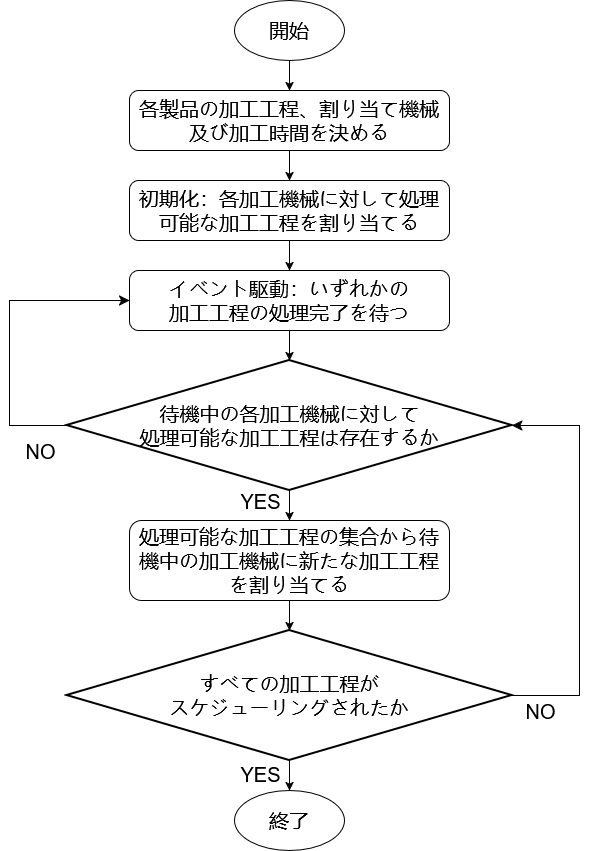
This is master/figures/jssp_flow_chat.png from zakohao/open-hello-world, a draw.io export, as it was before one commit. Source tidied: cells renumbered, new cells last; positions are measured from the earlier drawing's top-left corner, leaving out a move shared by most shapes.
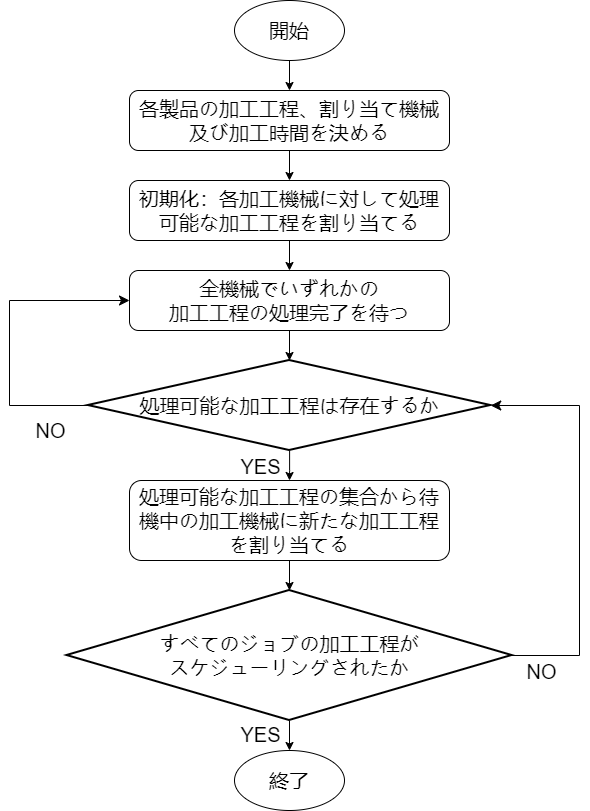
Later version of the same file.

What changed in the source:
```diff
@@ -25,7 +25,7 @@
         <mxPoint x="280" y="360" as="targetPoint" />
       </mxGeometry>
     </mxCell>
-    <mxCell id="9" value="&lt;div&gt;&lt;font style=&quot;font-size: 20px;&quot;&gt;イベント駆動：いずれかの&lt;/font&gt;&lt;/div&gt;&lt;div&gt;&lt;font style=&quot;font-size: 20px;&quot;&gt;加工工程の処理完了を待つ&lt;/font&gt;&lt;/div&gt;" style="rounded=1;whiteSpace=wrap;html=1;" parent="1" vertex="1">
+    <mxCell id="9" value="&lt;div&gt;&lt;font style=&quot;font-size: 20px;&quot;&gt;全機械でいずれかの&lt;/font&gt;&lt;/div&gt;&lt;div&gt;&lt;font style=&quot;font-size: 20px;&quot;&gt;加工工程の処理完了を待つ&lt;/font&gt;&lt;/div&gt;" style="rounded=1;whiteSpace=wrap;html=1;" parent="1" vertex="1">
       <mxGeometry x="120" y="270" width="320" height="60" as="geometry" />
     </mxCell>
     <mxCell id="10" style="edgeStyle=orthogonalEdgeStyle;rounded=0;jettySize=auto;html=1;" parent="1" edge="1" source="12" target="16">
@@ -36,27 +36,27 @@
         <mxPoint x="-30" y="-6" as="offset" />
       </mxGeometry>
     </mxCell>
-    <mxCell id="12" value="&lt;div&gt;&lt;font style=&quot;font-size: 20px;&quot;&gt;待機中の各加工機械に対して&lt;/font&gt;&lt;/div&gt;&lt;div&gt;&lt;font style=&quot;font-size: 20px;&quot;&gt;処理可能な加工工程は存在するか&lt;/font&gt;&lt;/div&gt;" style="strokeWidth=2;html=1;shape=mxgraph.flowchart.decision;whiteSpace=wrap;" parent="1" vertex="1">
-      <mxGeometry x="57.5" y="360" width="445" height="130" as="geometry" />
+    <mxCell id="12" value="&lt;div&gt;&lt;span style=&quot;font-size: 20px; background-color: transparent;&quot;&gt;処理可能な加工工程は存在するか&lt;/span&gt;&lt;br&gt;&lt;/div&gt;" style="strokeWidth=2;html=1;shape=mxgraph.flowchart.decision;whiteSpace=wrap;" parent="1" vertex="1">
+      <mxGeometry x="78.8" y="360" width="402.5" height="90" as="geometry" />
     </mxCell>
     <mxCell id="13" style="edgeStyle=segmentEdgeStyle;endArrow=classic;html=1;curved=0;rounded=0;endSize=8;startSize=8;exitX=0;exitY=0.5;exitDx=0;exitDy=0;exitPerimeter=0;entryX=0;entryY=0.5;entryDx=0;entryDy=0;" parent="1" edge="1" source="12" target="9">
       <mxGeometry relative="1" as="geometry">
         <Array as="points">
-          <mxPoint y="425" />
+          <mxPoint y="405" />
           <mxPoint y="300" />
         </Array>
       </mxGeometry>
     </mxCell>
     <mxCell id="14" value="&lt;font style=&quot;font-size: 20px;&quot;&gt;NO&lt;/font&gt;" style="edgeLabel;html=1;align=center;verticalAlign=middle;" parent="13" vertex="1">
       <mxGeometry x="-0.14" y="-2" relative="1" as="geometry">
-        <mxPoint x="28" y="99" as="offset" />
+        <mxPoint x="38" y="77" as="offset" />
       </mxGeometry>
     </mxCell>
     <mxCell id="15" style="edgeStyle=orthogonalEdgeStyle;rounded=0;jettySize=auto;html=1;" parent="1" edge="1" source="16" target="19">
       <mxGeometry relative="1" as="geometry" />
     </mxCell>
     <mxCell id="16" value="&lt;font style=&quot;font-size: 20px;&quot;&gt;処理可能な加工工程の集合から待機中の加工機械に新たな加工工程を割り当てる&lt;/font&gt;" style="rounded=1;whiteSpace=wrap;html=1;" parent="1" vertex="1">
-      <mxGeometry x="120" y="520" width="320" height="80" as="geometry" />
+      <mxGeometry x="120" y="480" width="320" height="80" as="geometry" />
     </mxCell>
     <mxCell id="17" style="edgeStyle=orthogonalEdgeStyle;rounded=0;jettySize=auto;html=1;" parent="1" edge="1" source="19" target="20">
       <mxGeometry relative="1" as="geometry" />
@@ -66,17 +66,17 @@
         <mxPoint x="-28" y="4" as="offset" />
       </mxGeometry>
     </mxCell>
-    <mxCell id="19" value="&lt;div&gt;&lt;font style=&quot;font-size: 20px;&quot;&gt;すべての加工工程が&lt;/font&gt;&lt;/div&gt;&lt;div&gt;&lt;font style=&quot;font-size: 20px;&quot;&gt;スケジューリングされたか&lt;/font&gt;&lt;/div&gt;" style="strokeWidth=2;html=1;shape=mxgraph.flowchart.decision;whiteSpace=wrap;" parent="1" vertex="1">
-      <mxGeometry x="57.5" y="630" width="445" height="130" as="geometry" />
+    <mxCell id="19" value="&lt;div&gt;&lt;font style=&quot;font-size: 20px;&quot;&gt;すべてのジョブの加工工程が&lt;/font&gt;&lt;/div&gt;&lt;div&gt;&lt;font style=&quot;font-size: 20px;&quot;&gt;スケジューリングされたか&lt;/font&gt;&lt;/div&gt;" style="strokeWidth=2;html=1;shape=mxgraph.flowchart.decision;whiteSpace=wrap;" parent="1" vertex="1">
+      <mxGeometry x="57.5" y="590" width="445" height="130" as="geometry" />
     </mxCell>
     <mxCell id="20" value="&lt;font style=&quot;font-size: 20px;&quot;&gt;終了&lt;/font&gt;" style="ellipse;whiteSpace=wrap;html=1;" parent="1" vertex="1">
-      <mxGeometry x="225" y="790" width="110" height="60" as="geometry" />
+      <mxGeometry x="225" y="750" width="110" height="60" as="geometry" />
     </mxCell>
     <mxCell id="21" style="edgeStyle=segmentEdgeStyle;endArrow=classic;html=1;curved=0;rounded=0;endSize=8;startSize=8;exitX=1;exitY=0.5;exitDx=0;exitDy=0;exitPerimeter=0;entryX=1;entryY=0.5;entryDx=0;entryDy=0;entryPerimeter=0;" parent="1" edge="1" source="19" target="12">
       <mxGeometry relative="1" as="geometry">
         <Array as="points">
-          <mxPoint x="570" y="695" />
-          <mxPoint x="570" y="425" />
+          <mxPoint x="570" y="655" />
+          <mxPoint x="570" y="405" />
         </Array>
       </mxGeometry>
     </mxCell>
```
